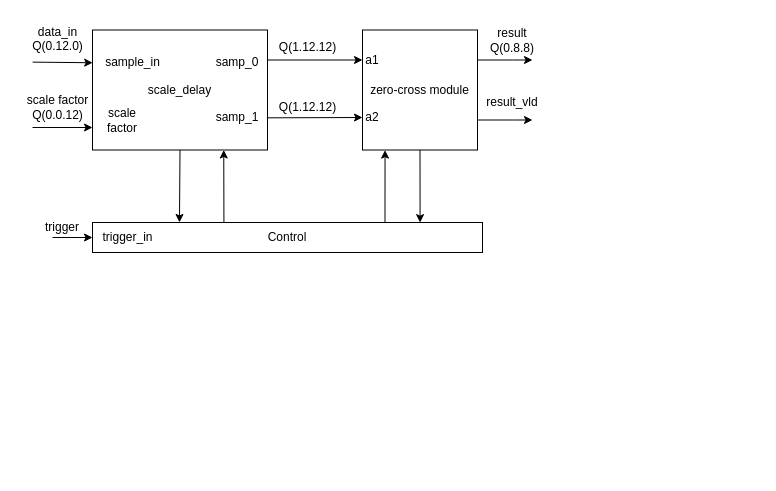
This is page "CFD TOP" (2 of 4) of block_diagrams/CFD_block_diagram.drawio from maj77/DCFD, a draw.io file, before an edit. Source tidied: cells renumbered, new cells numbered last; positions are measured from the earlier drawing's top-left corner, leaving out a move shared by most shapes. Both pictures are drawn from the tidied source at 100%, with x=0, y=0 at pixel (17, 17).
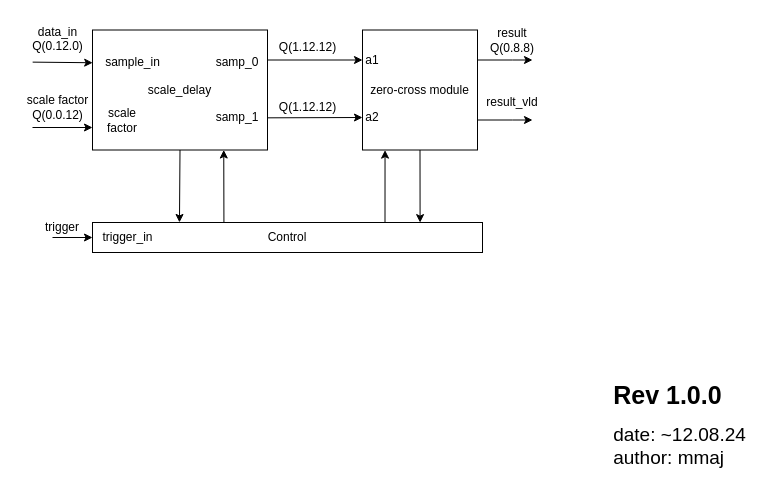
After the change.

Diff of the diagram source:
```diff
@@
+    <mxCell id="31" value="&lt;div style=&quot;text-align: left;&quot;&gt;&lt;b style=&quot;font-size: 25px; background-color: initial;&quot;&gt;Rev 1.0.0&lt;/b&gt;&lt;/div&gt;&lt;font style=&quot;&quot;&gt;&lt;br&gt;&lt;div style=&quot;text-align: left;&quot;&gt;&lt;span style=&quot;background-color: initial;&quot;&gt;&lt;font style=&quot;font-size: 19px;&quot;&gt;date: ~12.08.24&lt;/font&gt;&lt;/span&gt;&lt;/div&gt;&lt;div style=&quot;text-align: left;&quot;&gt;&lt;span style=&quot;background-color: initial;&quot;&gt;&lt;font style=&quot;font-size: 19px;&quot;&gt;author: mmaj&lt;/font&gt;&lt;/span&gt;&lt;/div&gt;&lt;/font&gt;" style="text;html=1;align=center;verticalAlign=middle;strokeColor=none;fillColor=none;" parent="1" vertex="1">
+      <mxGeometry x="582" y="357" width="160" height="100" as="geometry" />
+    </mxCell>
```
